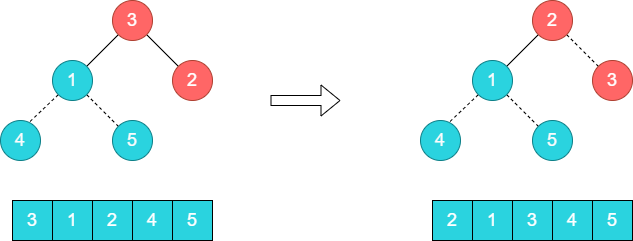
The draw.io diagram blog/datastructure_algorithm/heapsort-stable/heapsort-demo7.png in zgjsxx/static-img-repo, before a commit. Source tidied: cells renumbered, new cells last; positions are measured from the earlier drawing's top-left corner, leaving out a move shared by most shapes. Its diagram source:
```xml
<mxGraphModel>
  <root>
    <mxCell id="0" />
    <mxCell id="1" parent="0" />
    <mxCell id="2" style="shape=flexArrow;endArrow=classic;html=1;rounded=0;strokeColor=#000000;fontSize=18;fontColor=#FFFFFF;" parent="1" edge="1">
      <mxGeometry relative="1" as="geometry">
        <mxPoint x="270" y="100" as="sourcePoint" />
        <mxPoint x="340" y="100" as="targetPoint" />
      </mxGeometry>
    </mxCell>
    <mxCell id="3" style="rounded=0;orthogonalLoop=1;jettySize=auto;html=1;exitX=0;exitY=1;exitDx=0;exitDy=0;entryX=1;entryY=0;entryDx=0;entryDy=0;endArrow=none;endFill=0;fillColor=#b0e3e6;strokeColor=#000000;fontColor=#fcfcfc;" parent="1" edge="1">
      <mxGeometry relative="1" as="geometry">
        <mxPoint x="117.9" y="34.1" as="sourcePoint" />
        <mxPoint x="86.1" y="65.9" as="targetPoint" />
      </mxGeometry>
    </mxCell>
    <mxCell id="4" style="rounded=0;orthogonalLoop=1;jettySize=auto;html=1;exitX=1;exitY=1;exitDx=0;exitDy=0;entryX=0;entryY=0;entryDx=0;entryDy=0;endArrow=none;endFill=0;fillColor=#b0e3e6;strokeColor=#000000;fontColor=#fcfcfc;" parent="1" edge="1">
      <mxGeometry relative="1" as="geometry">
        <mxPoint x="146.1" y="34.1" as="sourcePoint" />
        <mxPoint x="177.9" y="65.9" as="targetPoint" />
      </mxGeometry>
    </mxCell>
    <mxCell id="5" style="rounded=0;orthogonalLoop=1;jettySize=auto;html=1;exitX=0;exitY=1;exitDx=0;exitDy=0;entryX=0.739;entryY=0.025;entryDx=0;entryDy=0;endArrow=none;endFill=0;fillColor=#b0e3e6;strokeColor=#000000;fontColor=#fcfcfc;dashed=1;entryPerimeter=0;" parent="1" edge="1">
      <mxGeometry relative="1" as="geometry">
        <mxPoint x="57.9" y="94.1" as="sourcePoint" />
        <mxPoint x="29.6" y="121" as="targetPoint" />
      </mxGeometry>
    </mxCell>
    <mxCell id="6" style="rounded=0;orthogonalLoop=1;jettySize=auto;html=1;entryX=1;entryY=1;entryDx=0;entryDy=0;endArrow=none;endFill=0;fillColor=#b0e3e6;strokeColor=#000000;fontColor=#fcfcfc;dashed=1;" parent="1" edge="1">
      <mxGeometry relative="1" as="geometry">
        <mxPoint x="118" y="126" as="sourcePoint" />
        <mxPoint x="86.1" y="94.1" as="targetPoint" />
      </mxGeometry>
    </mxCell>
    <mxCell id="7" value="&lt;font style=&quot;font-size: 18px&quot;&gt;3&lt;/font&gt;" style="rounded=0;whiteSpace=wrap;html=1;fillColor=#2AD3DF;fontColor=#FFFFFF;" parent="1" vertex="1">
      <mxGeometry x="12" y="200" width="40" height="40" as="geometry" />
    </mxCell>
    <mxCell id="8" value="&lt;span style=&quot;font-size: 18px&quot;&gt;1&lt;/span&gt;" style="rounded=0;whiteSpace=wrap;html=1;fillColor=#2AD3DF;fontColor=#FFFFFF;" parent="1" vertex="1">
      <mxGeometry x="52" y="200" width="40" height="40" as="geometry" />
    </mxCell>
    <mxCell id="9" value="&lt;font style=&quot;font-size: 18px&quot;&gt;2&lt;/font&gt;" style="rounded=0;whiteSpace=wrap;html=1;fillColor=#2AD3DF;fontColor=#FFFFFF;" parent="1" vertex="1">
      <mxGeometry x="92" y="200" width="40" height="40" as="geometry" />
    </mxCell>
    <mxCell id="10" value="&lt;font style=&quot;font-size: 18px&quot;&gt;4&lt;/font&gt;" style="rounded=0;whiteSpace=wrap;html=1;fillColor=#2AD3DF;fontColor=#FFFFFF;" parent="1" vertex="1">
      <mxGeometry x="132" y="200" width="40" height="40" as="geometry" />
    </mxCell>
    <mxCell id="11" value="&lt;font style=&quot;font-size: 18px&quot;&gt;5&lt;/font&gt;" style="rounded=0;whiteSpace=wrap;html=1;fillColor=#2AD3DF;fontColor=#FFFFFF;" parent="1" vertex="1">
      <mxGeometry x="172" y="200" width="40" height="40" as="geometry" />
    </mxCell>
    <mxCell id="12" value="&lt;font color=&quot;#ffffff&quot; style=&quot;font-size: 18px&quot;&gt;3&lt;/font&gt;" style="ellipse;whiteSpace=wrap;html=1;fillColor=#FF6666;strokeColor=#ae4132;" parent="1" vertex="1">
      <mxGeometry x="112" width="40" height="40" as="geometry" />
    </mxCell>
    <mxCell id="13" value="&lt;font style=&quot;font-size: 18px&quot;&gt;5&lt;/font&gt;" style="ellipse;whiteSpace=wrap;html=1;fillColor=#2AD3DF;strokeColor=#0e8088;fontColor=#fcfcfc;" parent="1" vertex="1">
      <mxGeometry x="112" y="120" width="40" height="40" as="geometry" />
    </mxCell>
    <mxCell id="14" value="&lt;font style=&quot;font-size: 18px&quot;&gt;4&lt;/font&gt;" style="ellipse;whiteSpace=wrap;html=1;fillColor=#2AD3DF;strokeColor=#0e8088;fontColor=#fcfcfc;" parent="1" vertex="1">
      <mxGeometry y="120" width="40" height="40" as="geometry" />
    </mxCell>
    <mxCell id="15" value="&lt;font style=&quot;font-size: 18px&quot;&gt;1&lt;/font&gt;" style="ellipse;whiteSpace=wrap;html=1;fillColor=#2AD3DF;strokeColor=#0e8088;fontColor=#fcfcfc;" parent="1" vertex="1">
      <mxGeometry x="52" y="60" width="40" height="40" as="geometry" />
    </mxCell>
    <mxCell id="16" value="&lt;font color=&quot;#ffffff&quot; style=&quot;font-size: 18px&quot;&gt;2&lt;/font&gt;" style="ellipse;whiteSpace=wrap;html=1;fillColor=#FF6666;strokeColor=#ae4132;" parent="1" vertex="1">
      <mxGeometry x="172" y="60" width="40" height="40" as="geometry" />
    </mxCell>
    <mxCell id="17" style="rounded=0;orthogonalLoop=1;jettySize=auto;html=1;exitX=0;exitY=1;exitDx=0;exitDy=0;entryX=1;entryY=0;entryDx=0;entryDy=0;endArrow=none;endFill=0;fillColor=#b0e3e6;strokeColor=#000000;fontColor=#fcfcfc;" parent="1" edge="1">
      <mxGeometry relative="1" as="geometry">
        <mxPoint x="537.9" y="34.1" as="sourcePoint" />
        <mxPoint x="506.1" y="65.9" as="targetPoint" />
      </mxGeometry>
    </mxCell>
    <mxCell id="18" style="rounded=0;orthogonalLoop=1;jettySize=auto;html=1;exitX=1;exitY=1;exitDx=0;exitDy=0;entryX=0;entryY=0;entryDx=0;entryDy=0;endArrow=none;endFill=0;fillColor=#b0e3e6;strokeColor=#000000;fontColor=#fcfcfc;dashed=1;" parent="1" edge="1">
      <mxGeometry relative="1" as="geometry">
        <mxPoint x="566.1" y="34.1" as="sourcePoint" />
        <mxPoint x="597.9" y="65.9" as="targetPoint" />
      </mxGeometry>
    </mxCell>
    <mxCell id="19" style="rounded=0;orthogonalLoop=1;jettySize=auto;html=1;exitX=0;exitY=1;exitDx=0;exitDy=0;entryX=0.739;entryY=0.025;entryDx=0;entryDy=0;endArrow=none;endFill=0;fillColor=#b0e3e6;strokeColor=#000000;fontColor=#fcfcfc;dashed=1;entryPerimeter=0;" parent="1" edge="1">
      <mxGeometry relative="1" as="geometry">
        <mxPoint x="477.9" y="94.1" as="sourcePoint" />
        <mxPoint x="449.6" y="121" as="targetPoint" />
      </mxGeometry>
    </mxCell>
    <mxCell id="20" style="rounded=0;orthogonalLoop=1;jettySize=auto;html=1;entryX=1;entryY=1;entryDx=0;entryDy=0;endArrow=none;endFill=0;fillColor=#b0e3e6;strokeColor=#000000;fontColor=#fcfcfc;dashed=1;" parent="1" edge="1">
      <mxGeometry relative="1" as="geometry">
        <mxPoint x="538" y="126" as="sourcePoint" />
        <mxPoint x="506.1" y="94.1" as="targetPoint" />
      </mxGeometry>
    </mxCell>
    <mxCell id="21" value="&lt;font style=&quot;font-size: 18px&quot;&gt;2&lt;/font&gt;" style="rounded=0;whiteSpace=wrap;html=1;fillColor=#2AD3DF;fontColor=#FFFFFF;" parent="1" vertex="1">
      <mxGeometry x="432" y="200" width="40" height="40" as="geometry" />
    </mxCell>
    <mxCell id="22" value="&lt;span style=&quot;font-size: 18px&quot;&gt;1&lt;/span&gt;" style="rounded=0;whiteSpace=wrap;html=1;fillColor=#2AD3DF;fontColor=#FFFFFF;" parent="1" vertex="1">
      <mxGeometry x="472" y="200" width="40" height="40" as="geometry" />
    </mxCell>
    <mxCell id="23" value="&lt;font style=&quot;font-size: 18px&quot;&gt;3&lt;/font&gt;" style="rounded=0;whiteSpace=wrap;html=1;fillColor=#2AD3DF;fontColor=#FFFFFF;" parent="1" vertex="1">
      <mxGeometry x="512" y="200" width="40" height="40" as="geometry" />
    </mxCell>
    <mxCell id="24" value="&lt;font style=&quot;font-size: 18px&quot;&gt;4&lt;/font&gt;" style="rounded=0;whiteSpace=wrap;html=1;fillColor=#2AD3DF;fontColor=#FFFFFF;" parent="1" vertex="1">
      <mxGeometry x="552" y="200" width="40" height="40" as="geometry" />
    </mxCell>
    <mxCell id="25" value="&lt;font style=&quot;font-size: 18px&quot;&gt;5&lt;/font&gt;" style="rounded=0;whiteSpace=wrap;html=1;fillColor=#2AD3DF;fontColor=#FFFFFF;" parent="1" vertex="1">
      <mxGeometry x="592" y="200" width="40" height="40" as="geometry" />
    </mxCell>
    <mxCell id="26" value="&lt;font color=&quot;#ffffff&quot; style=&quot;font-size: 18px&quot;&gt;2&lt;/font&gt;" style="ellipse;whiteSpace=wrap;html=1;fillColor=#FF6666;strokeColor=#ae4132;" parent="1" vertex="1">
      <mxGeometry x="532" width="40" height="40" as="geometry" />
    </mxCell>
    <mxCell id="27" value="&lt;font style=&quot;font-size: 18px&quot;&gt;5&lt;/font&gt;" style="ellipse;whiteSpace=wrap;html=1;fillColor=#2AD3DF;strokeColor=#0e8088;fontColor=#fcfcfc;" parent="1" vertex="1">
      <mxGeometry x="532" y="120" width="40" height="40" as="geometry" />
    </mxCell>
    <mxCell id="28" value="&lt;font style=&quot;font-size: 18px&quot;&gt;4&lt;/font&gt;" style="ellipse;whiteSpace=wrap;html=1;fillColor=#2AD3DF;strokeColor=#0e8088;fontColor=#fcfcfc;" parent="1" vertex="1">
      <mxGeometry x="420" y="120" width="40" height="40" as="geometry" />
    </mxCell>
    <mxCell id="29" value="&lt;font style=&quot;font-size: 18px&quot;&gt;1&lt;/font&gt;" style="ellipse;whiteSpace=wrap;html=1;fillColor=#2AD3DF;strokeColor=#0e8088;fontColor=#fcfcfc;" parent="1" vertex="1">
      <mxGeometry x="472" y="60" width="40" height="40" as="geometry" />
    </mxCell>
    <mxCell id="30" value="&lt;font color=&quot;#ffffff&quot; style=&quot;font-size: 18px&quot;&gt;3&lt;/font&gt;" style="ellipse;whiteSpace=wrap;html=1;fillColor=#FF6666;strokeColor=#ae4132;" parent="1" vertex="1">
      <mxGeometry x="592" y="60" width="40" height="40" as="geometry" />
    </mxCell>
  </root>
</mxGraphModel>
```
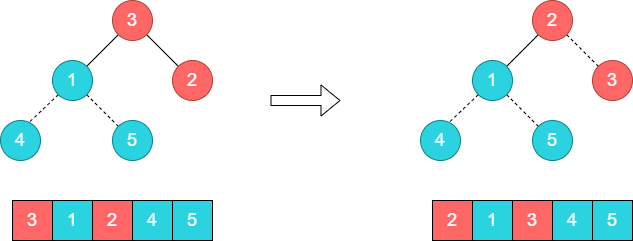
After the commit.

Diff of the diagram source:
```diff
@@ -32,13 +32,13 @@
         <mxPoint x="86.1" y="94.1" as="targetPoint" />
       </mxGeometry>
     </mxCell>
-    <mxCell id="7" value="&lt;font style=&quot;font-size: 18px&quot;&gt;3&lt;/font&gt;" style="rounded=0;whiteSpace=wrap;html=1;fillColor=#2AD3DF;fontColor=#FFFFFF;" parent="1" vertex="1">
+    <mxCell id="7" value="&lt;font style=&quot;font-size: 18px&quot;&gt;3&lt;/font&gt;" style="rounded=0;whiteSpace=wrap;html=1;fillColor=#FF6666;fontColor=#FFFFFF;" parent="1" vertex="1">
       <mxGeometry x="12" y="200" width="40" height="40" as="geometry" />
     </mxCell>
     <mxCell id="8" value="&lt;span style=&quot;font-size: 18px&quot;&gt;1&lt;/span&gt;" style="rounded=0;whiteSpace=wrap;html=1;fillColor=#2AD3DF;fontColor=#FFFFFF;" parent="1" vertex="1">
       <mxGeometry x="52" y="200" width="40" height="40" as="geometry" />
     </mxCell>
-    <mxCell id="9" value="&lt;font style=&quot;font-size: 18px&quot;&gt;2&lt;/font&gt;" style="rounded=0;whiteSpace=wrap;html=1;fillColor=#2AD3DF;fontColor=#FFFFFF;" parent="1" vertex="1">
+    <mxCell id="9" value="&lt;font style=&quot;font-size: 18px&quot;&gt;2&lt;/font&gt;" style="rounded=0;whiteSpace=wrap;html=1;fillColor=#FF6666;fontColor=#FFFFFF;" parent="1" vertex="1">
       <mxGeometry x="92" y="200" width="40" height="40" as="geometry" />
     </mxCell>
     <mxCell id="10" value="&lt;font style=&quot;font-size: 18px&quot;&gt;4&lt;/font&gt;" style="rounded=0;whiteSpace=wrap;html=1;fillColor=#2AD3DF;fontColor=#FFFFFF;" parent="1" vertex="1">
@@ -86,13 +86,13 @@
         <mxPoint x="506.1" y="94.1" as="targetPoint" />
       </mxGeometry>
     </mxCell>
-    <mxCell id="21" value="&lt;font style=&quot;font-size: 18px&quot;&gt;2&lt;/font&gt;" style="rounded=0;whiteSpace=wrap;html=1;fillColor=#2AD3DF;fontColor=#FFFFFF;" parent="1" vertex="1">
+    <mxCell id="21" value="&lt;font style=&quot;font-size: 18px&quot;&gt;2&lt;/font&gt;" style="rounded=0;whiteSpace=wrap;html=1;fillColor=#FF6666;fontColor=#FFFFFF;" parent="1" vertex="1">
       <mxGeometry x="432" y="200" width="40" height="40" as="geometry" />
     </mxCell>
     <mxCell id="22" value="&lt;span style=&quot;font-size: 18px&quot;&gt;1&lt;/span&gt;" style="rounded=0;whiteSpace=wrap;html=1;fillColor=#2AD3DF;fontColor=#FFFFFF;" parent="1" vertex="1">
       <mxGeometry x="472" y="200" width="40" height="40" as="geometry" />
     </mxCell>
-    <mxCell id="23" value="&lt;font style=&quot;font-size: 18px&quot;&gt;3&lt;/font&gt;" style="rounded=0;whiteSpace=wrap;html=1;fillColor=#2AD3DF;fontColor=#FFFFFF;" parent="1" vertex="1">
+    <mxCell id="23" value="&lt;font style=&quot;font-size: 18px&quot;&gt;3&lt;/font&gt;" style="rounded=0;whiteSpace=wrap;html=1;fillColor=#FF6666;fontColor=#FFFFFF;" parent="1" vertex="1">
       <mxGeometry x="512" y="200" width="40" height="40" as="geometry" />
     </mxCell>
     <mxCell id="24" value="&lt;font style=&quot;font-size: 18px&quot;&gt;4&lt;/font&gt;" style="rounded=0;whiteSpace=wrap;html=1;fillColor=#2AD3DF;fontColor=#FFFFFF;" parent="1" vertex="1">
```
